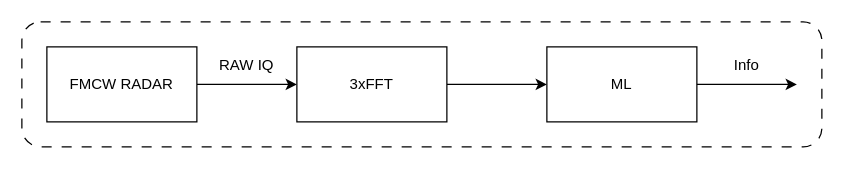
This is figures/systemDesign/overview/projectProposalSystemOverview.drawio from Mikkelnn/ESD7-Project, a draw.io file, before an edit. Source tidied: cells renumbered, new cells numbered last; positions are measured from the earlier drawing's top-left corner, leaving out a move shared by most shapes. Both pictures are drawn from the tidied source at 125%, with x=0, y=0 at pixel (21, 21).
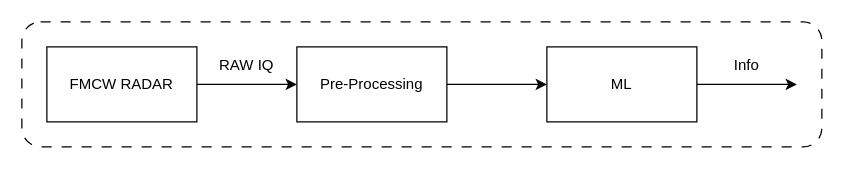
After the change.

Change to the diagram source:
```diff
@@
 <mxGraphModel>
   <root>
     <mxCell id="0" />
     <mxCell id="1" parent="0" />
     <mxCell id="2" style="edgeStyle=orthogonalEdgeStyle;rounded=0;jettySize=auto;html=1;fontFamily=Project Font;" parent="1" edge="1" source="3" target="5">
       <mxGeometry relative="1" as="geometry" />
     </mxCell>
     <mxCell id="3" value="FMCW RADAR" style="rounded=0;whiteSpace=wrap;html=1;fontFamily=Project Font;" parent="1" vertex="1">
       <mxGeometry x="20" y="20" width="120" height="60" as="geometry" />
     </mxCell>
     <mxCell id="4" style="edgeStyle=orthogonalEdgeStyle;rounded=0;jettySize=auto;html=1;fontFamily=Project Font;" parent="1" edge="1" source="5" target="6">
       <mxGeometry relative="1" as="geometry" />
     </mxCell>
-    <mxCell id="5" value="3xFFT" style="rounded=0;whiteSpace=wrap;html=1;fontFamily=Project Font;" parent="1" vertex="1">
+    <mxCell id="5" value="Pre-Processing" style="rounded=0;whiteSpace=wrap;html=1;fontFamily=Project Font;" parent="1" vertex="1">
       <mxGeometry x="220" y="20" width="120" height="60" as="geometry" />
     </mxCell>
     <mxCell id="6" value="ML" style="rounded=0;whiteSpace=wrap;html=1;fontFamily=Project Font;" parent="1" vertex="1">
       <mxGeometry x="420" y="20" width="120" height="60" as="geometry" />
     </mxCell>
     <mxCell id="7" value="RAW IQ" style="text;html=1;whiteSpace=wrap;strokeColor=none;fillColor=none;align=center;verticalAlign=middle;rounded=0;fontFamily=Project Font;" parent="1" vertex="1">
       <mxGeometry x="150" y="20" width="60" height="30" as="geometry" />
     </mxCell>
     <mxCell id="8" style="edgeStyle=orthogonalEdgeStyle;rounded=0;orthogonalLoop=1;jettySize=auto;html=1;fontFamily=Project Font;" parent="1" edge="1">
       <mxGeometry relative="1" as="geometry">
         <mxPoint x="540" y="50" as="sourcePoint" />
         <mxPoint x="620" y="50" as="targetPoint" />
       </mxGeometry>
     </mxCell>
     <mxCell id="9" value="Info" style="text;html=1;whiteSpace=wrap;strokeColor=none;fillColor=none;align=center;verticalAlign=middle;rounded=0;fontFamily=Project Font;" parent="1" vertex="1">
       <mxGeometry x="550" y="20" width="60" height="30" as="geometry" />
     </mxCell>
     <mxCell id="10" style="rounded=1;whiteSpace=wrap;html=1;fillColor=none;dashed=1;dashPattern=8 8;fontFamily=Project Font;" parent="1" vertex="1">
       <mxGeometry width="640" height="100" as="geometry" />
     </mxCell>
   </root>
 </mxGraphModel>
```
